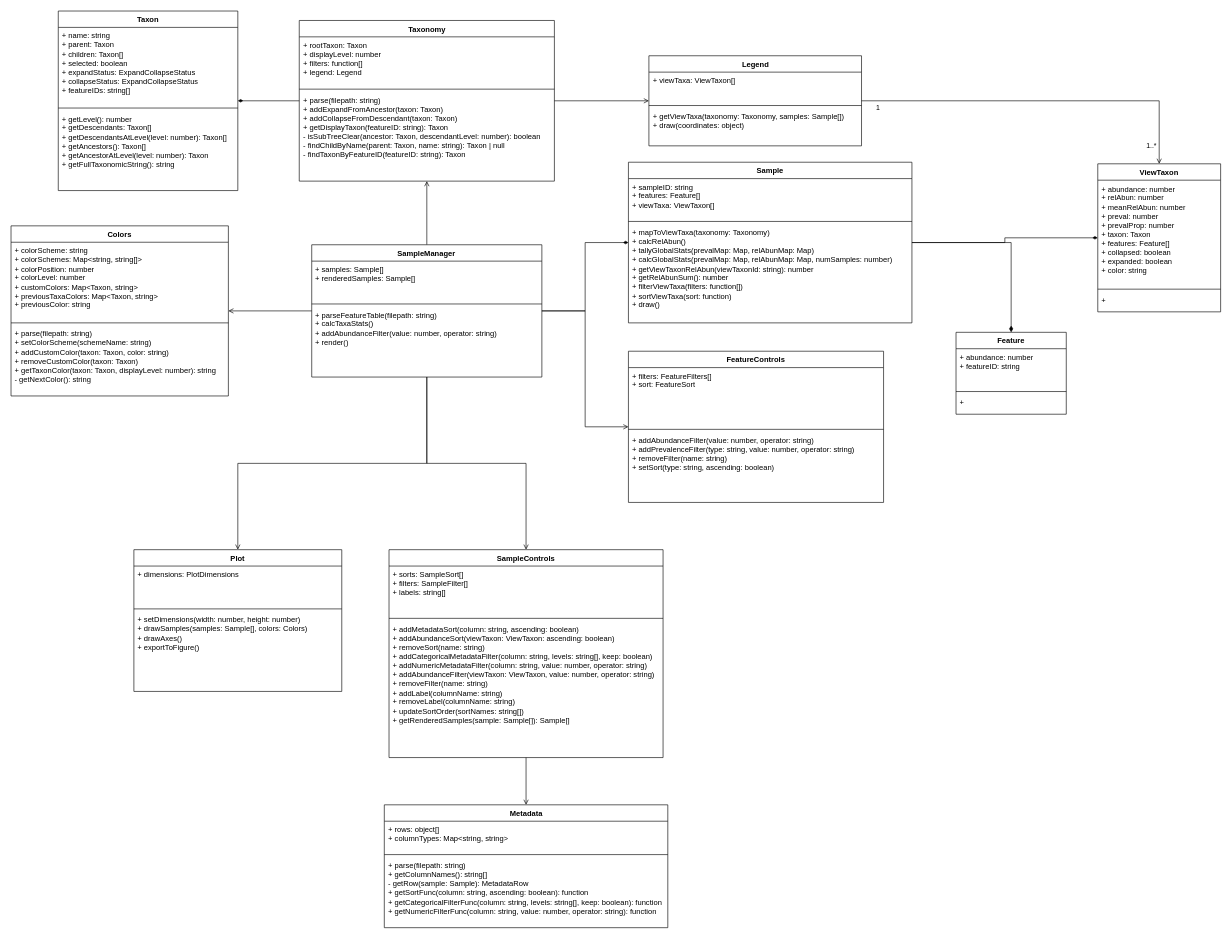
Earlier version of the draw.io diagram docs/TaxaBarplotClasses.drawio (colinvwood/taxa-barplot). Source tidied: cells renumbered, new cells numbered last; positions are measured from the earlier drawing's top-left corner, leaving out a move shared by most shapes. Both pictures are drawn from the tidied source at 63%, with x=0, y=0 at pixel (11, 11).
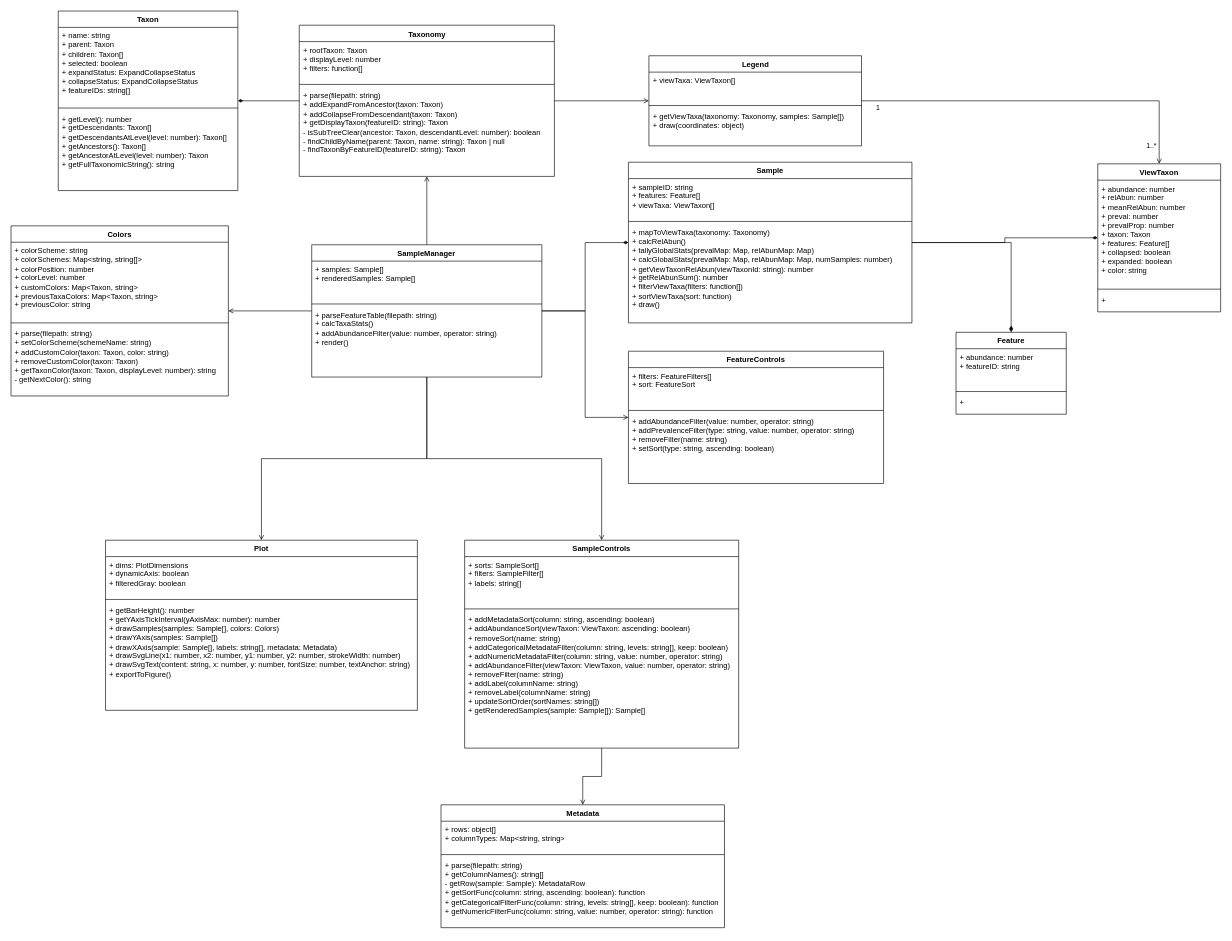
After the change.

What changed in the source:
```diff
@@
     <mxCell id="4" value="Taxonomy" style="swimlane;fontStyle=1;align=center;verticalAlign=top;horizontal=1;startSize=26;whiteSpace=wrap;html=1;" parent="1" vertex="1">
-      <mxGeometry x="457.5" y="15" width="405" height="255" as="geometry" />
+      <mxGeometry x="457.5" y="22.5" width="405" height="240" as="geometry" />
     </mxCell>
-    <mxCell id="5" value="&lt;div&gt;+ rootTaxon: Taxon&lt;/div&gt;+ displayLevel: number&lt;div&gt;+ filters: function[]&lt;/div&gt;&lt;div&gt;+ legend: Legend&lt;/div&gt;" style="text;strokeColor=none;fillColor=none;align=left;verticalAlign=top;spacingLeft=4;spacingRight=4;overflow=hidden;whiteSpace=wrap;html=1;" parent="4" vertex="1">
-      <mxGeometry y="26" width="405" height="79" as="geometry" />
+    <mxCell id="5" value="&lt;div&gt;+ rootTaxon: Taxon&lt;/div&gt;+ displayLevel: number&lt;div&gt;+ filters: function[]&lt;/div&gt;" style="text;strokeColor=none;fillColor=none;align=left;verticalAlign=top;spacingLeft=4;spacingRight=4;overflow=hidden;whiteSpace=wrap;html=1;" parent="4" vertex="1">
+      <mxGeometry y="26" width="405" height="64" as="geometry" />
     </mxCell>
     <mxCell id="6" style="line;strokeWidth=1;fillColor=none;align=left;verticalAlign=middle;spacingTop=-1;spacingLeft=3;spacingRight=3;labelPosition=right;strokeColor=inherit;" parent="4" vertex="1">
-      <mxGeometry y="105" width="405" height="8" as="geometry" />
+      <mxGeometry y="90" width="405" height="8" as="geometry" />
     </mxCell>
     <mxCell id="7" value="&lt;div&gt;+ parse(filepath: string)&lt;/div&gt;+ addExpandFromAncestor(taxon: Taxon)&lt;div&gt;+ addCollapseFromDescendant(taxon: Taxon)&lt;/div&gt;&lt;div&gt;+ getDisplayTaxon(featureID: string): Taxon&lt;/div&gt;&lt;div&gt;- isSubTreeClear(ancestor: Taxon, descendantLevel: number): boolean&lt;/div&gt;&lt;div&gt;- findChildByName(parent: Taxon, name: string): Taxon | null&lt;/div&gt;&lt;div&gt;- findTaxonByFeatureID(featureID: string): Taxon&lt;/div&gt;" style="text;strokeColor=none;fillColor=none;align=left;verticalAlign=top;spacingLeft=4;spacingRight=4;overflow=hidden;whiteSpace=wrap;html=1;" parent="4" vertex="1">
-      <mxGeometry y="113" width="405" height="142" as="geometry" />
+      <mxGeometry y="98" width="405" height="142" as="geometry" />
     </mxCell>
@@
     <mxCell id="32" value="Metadata" style="swimlane;fontStyle=1;align=center;verticalAlign=top;horizontal=1;startSize=26;whiteSpace=wrap;html=1;" parent="1" vertex="1">
-      <mxGeometry x="592.5" y="1260" width="450" height="195" as="geometry" />
+      <mxGeometry x="682.5" y="1260" width="450" height="195" as="geometry" />
     </mxCell>
@@
     <mxCell id="52" value="SampleControls" style="swimlane;fontStyle=1;align=center;verticalAlign=top;horizontal=1;startSize=26;whiteSpace=wrap;html=1;" parent="1" vertex="1">
-      <mxGeometry x="600" y="855" width="435" height="330" as="geometry" />
+      <mxGeometry x="720" y="840" width="435" height="330" as="geometry" />
     </mxCell>
@@
     <mxCell id="56" value="Plot" style="swimlane;fontStyle=1;align=center;verticalAlign=top;horizontal=1;startSize=26;whiteSpace=wrap;html=1;" parent="1" vertex="1">
-      <mxGeometry x="195" y="855" width="330" height="225" as="geometry" />
+      <mxGeometry x="150" y="840" width="495" height="270" as="geometry" />
     </mxCell>
-    <mxCell id="57" value="&lt;div&gt;+ dimensions: PlotDimensions&lt;/div&gt;" style="text;strokeColor=none;fillColor=none;align=left;verticalAlign=top;spacingLeft=4;spacingRight=4;overflow=hidden;whiteSpace=wrap;html=1;" parent="56" vertex="1">
-      <mxGeometry y="26" width="330" height="64" as="geometry" />
+    <mxCell id="57" value="&lt;div&gt;+ dims: PlotDimensions&lt;/div&gt;&lt;div&gt;&lt;span style=&quot;background-color: transparent; color: light-dark(rgb(0, 0, 0), rgb(255, 255, 255));&quot;&gt;+ dynamicAxis: boolean&lt;/span&gt;&lt;/div&gt;&lt;div&gt;&lt;span style=&quot;background-color: transparent; color: light-dark(rgb(0, 0, 0), rgb(255, 255, 255));&quot;&gt;+ filteredGray: boolean&lt;/span&gt;&lt;/div&gt;" style="text;strokeColor=none;fillColor=none;align=left;verticalAlign=top;spacingLeft=4;spacingRight=4;overflow=hidden;whiteSpace=wrap;html=1;" parent="56" vertex="1">
+      <mxGeometry y="26" width="495" height="64" as="geometry" />
     </mxCell>
     <mxCell id="58" style="line;strokeWidth=1;fillColor=none;align=left;verticalAlign=middle;spacingTop=-1;spacingLeft=3;spacingRight=3;labelPosition=right;strokeColor=inherit;" parent="56" vertex="1">
-      <mxGeometry y="90" width="330" height="8" as="geometry" />
+      <mxGeometry y="90" width="495" height="8" as="geometry" />
     </mxCell>
-    <mxCell id="59" value="+ setDimensions(width: number, height: number)&lt;div&gt;+ drawSamples(samples: Sample[], colors: Colors)&lt;/div&gt;&lt;div&gt;+ drawAxes()&lt;/div&gt;&lt;div&gt;+ exportToFigure()&lt;/div&gt;" style="text;strokeColor=none;fillColor=none;align=left;verticalAlign=top;spacingLeft=4;spacingRight=4;overflow=hidden;whiteSpace=wrap;html=1;" parent="56" vertex="1">
-      <mxGeometry y="98" width="330" height="127" as="geometry" />
+    <mxCell id="59" value="+ getBarHeight(): number&lt;div&gt;+ getYAxisTickInterval(yAxisMax: number): number&lt;/div&gt;&lt;div&gt;&lt;div&gt;+ drawSamples(samples: Sample[], colors: Colors)&lt;/div&gt;&lt;div&gt;+ drawYAxis(samples: Sample[])&lt;/div&gt;&lt;div&gt;+ drawXAxis(sample: Sample[], labels: string[], metadata: Metadata)&lt;/div&gt;&lt;div&gt;+ drawSvgLine(x1: number, x2: number, y1: number, y2: number, strokeWidth: number)&lt;/div&gt;&lt;div&gt;+ drawSvgText(content: string, x: number, y: number, fontSize: number, textAnchor: string)&lt;/div&gt;&lt;div&gt;+ exportToFigure()&lt;/div&gt;&lt;/div&gt;" style="text;strokeColor=none;fillColor=none;align=left;verticalAlign=top;spacingLeft=4;spacingRight=4;overflow=hidden;whiteSpace=wrap;html=1;" parent="56" vertex="1">
+      <mxGeometry y="98" width="495" height="172" as="geometry" />
     </mxCell>
     <mxCell id="60" value="FeatureControls" style="swimlane;fontStyle=1;align=center;verticalAlign=top;horizontal=1;startSize=26;whiteSpace=wrap;html=1;" parent="1" vertex="1">
-      <mxGeometry x="980" y="540" width="405" height="240" as="geometry" />
+      <mxGeometry x="980" y="540" width="405" height="210" as="geometry" />
     </mxCell>
     <mxCell id="61" value="+ filters: FeatureFilters[]&lt;div&gt;+ sort: FeatureSort&lt;/div&gt;" style="text;strokeColor=none;fillColor=none;align=left;verticalAlign=top;spacingLeft=4;spacingRight=4;overflow=hidden;whiteSpace=wrap;html=1;" parent="60" vertex="1">
-      <mxGeometry y="26" width="405" height="94" as="geometry" />
+      <mxGeometry y="26" width="405" height="64" as="geometry" />
     </mxCell>
     <mxCell id="62" style="line;strokeWidth=1;fillColor=none;align=left;verticalAlign=middle;spacingTop=-1;spacingLeft=3;spacingRight=3;labelPosition=right;strokeColor=inherit;" parent="60" vertex="1">
-      <mxGeometry y="120" width="405" height="8" as="geometry" />
+      <mxGeometry y="90" width="405" height="8" as="geometry" />
     </mxCell>
     <mxCell id="63" value="+ addAbundanceFilter(value: number, operator: string)&lt;div&gt;+ addPrevalenceFilter(type: string, value: number, operator: string)&lt;/div&gt;&lt;div&gt;+ removeFilter(name: string)&lt;/div&gt;&lt;div&gt;+ setSort(type: string, ascending: boolean)&lt;/div&gt;" style="text;strokeColor=none;fillColor=none;align=left;verticalAlign=top;spacingLeft=4;spacingRight=4;overflow=hidden;whiteSpace=wrap;html=1;" parent="60" vertex="1">
-      <mxGeometry y="128" width="405" height="112" as="geometry" />
+      <mxGeometry y="98" width="405" height="112" as="geometry" />
     </mxCell>
```
